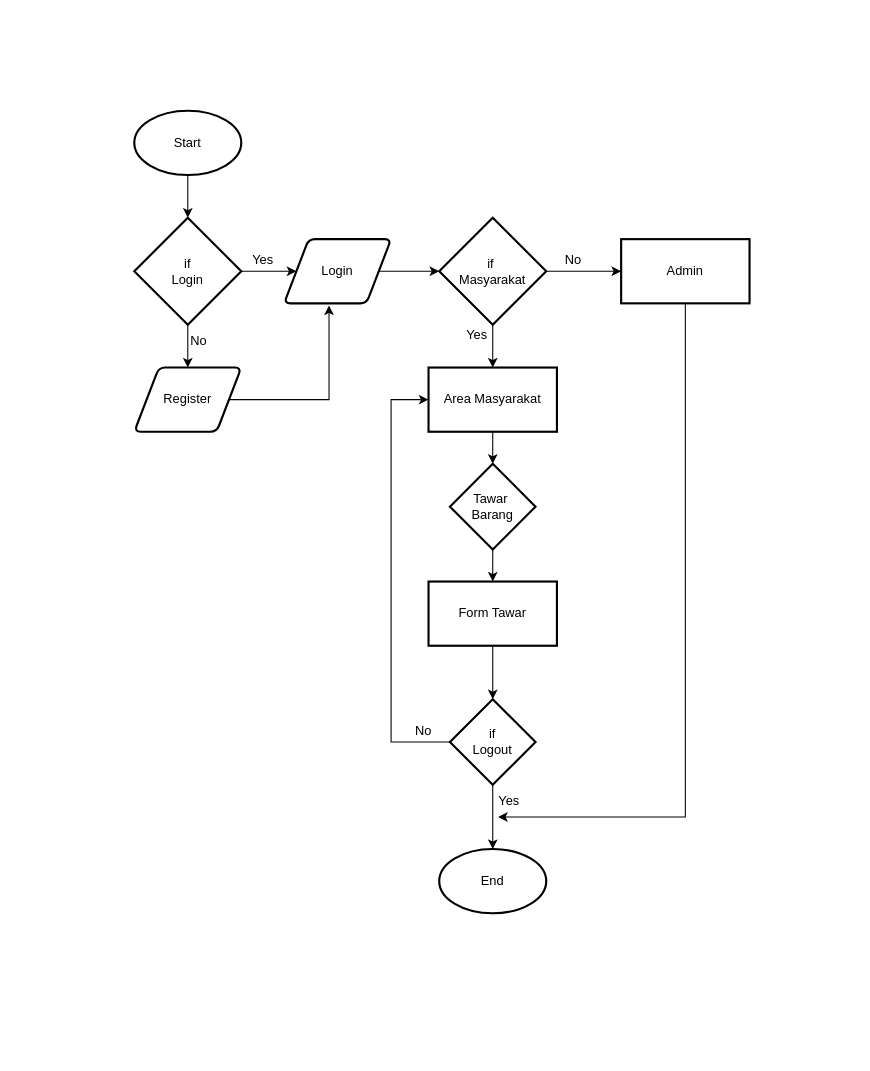
This is page "Flowchart Masyarakat" (4 of 5) of Untitled Diagram.drawio from Enricko/UML, a draw.io file, before an edit. Source tidied: cells renumbered, new cells numbered last; positions are measured from the earlier drawing's top-left corner, leaving out a move shared by most shapes. Both pictures are drawn from the tidied source at 107%, with x=0, y=0 at pixel (134, 110).
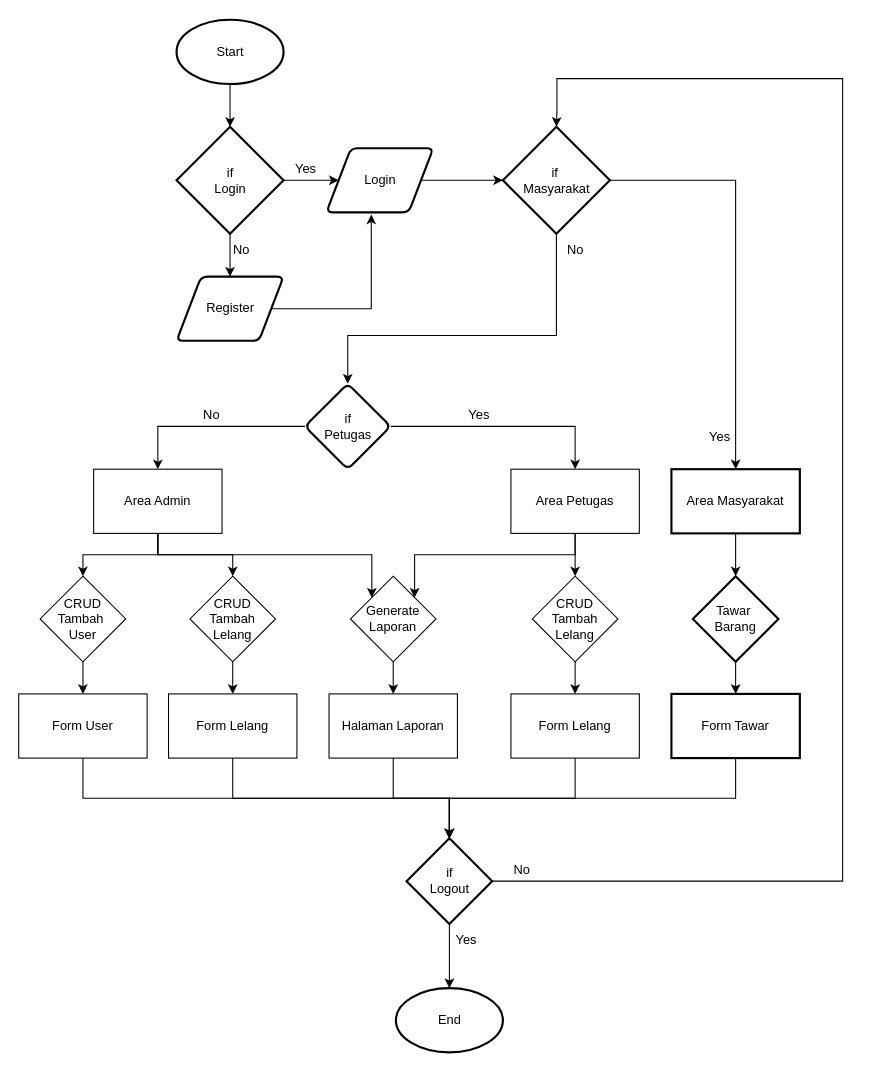
Above is the later version.

The edit, as a diff of the source:
```diff
@@
     <mxCell id="3" value="Start" style="strokeWidth=2;html=1;shape=mxgraph.flowchart.start_1;whiteSpace=wrap;" parent="1" vertex="1">
-      <mxGeometry width="100" height="60" as="geometry" />
+      <mxGeometry x="39.5" y="-85" width="100" height="60" as="geometry" />
     </mxCell>
@@
     <mxCell id="6" value="if&lt;br&gt;Login" style="strokeWidth=2;html=1;shape=mxgraph.flowchart.decision;whiteSpace=wrap;" parent="1" vertex="1">
-      <mxGeometry y="100" width="100" height="100" as="geometry" />
+      <mxGeometry x="39.5" y="15" width="100" height="100" as="geometry" />
     </mxCell>
@@
     <mxCell id="8" value="Register" style="shape=parallelogram;html=1;strokeWidth=2;perimeter=parallelogramPerimeter;whiteSpace=wrap;rounded=1;arcSize=12;size=0.23;" parent="1" vertex="1">
-      <mxGeometry y="240" width="100" height="60" as="geometry" />
+      <mxGeometry x="39.5" y="155" width="100" height="60" as="geometry" />
     </mxCell>
@@
     <mxCell id="10" value="Login" style="shape=parallelogram;html=1;strokeWidth=2;perimeter=parallelogramPerimeter;whiteSpace=wrap;rounded=1;arcSize=12;size=0.23;" parent="1" vertex="1">
-      <mxGeometry x="140" y="120" width="100" height="60" as="geometry" />
+      <mxGeometry x="179.5" y="35" width="100" height="60" as="geometry" />
     </mxCell>
     <mxCell id="11" value="Yes" style="text;html=1;align=center;verticalAlign=middle;strokeColor=none;fillColor=none;" parent="1" vertex="1">
-      <mxGeometry x="100" y="125" width="40" height="30" as="geometry" />
+      <mxGeometry x="139.5" y="40" width="40" height="30" as="geometry" />
     </mxCell>
     <mxCell id="12" value="No" style="text;html=1;align=center;verticalAlign=middle;strokeColor=none;fillColor=none;" parent="1" vertex="1">
-      <mxGeometry x="40" y="200" width="40" height="30" as="geometry" />
+      <mxGeometry x="79.5" y="115" width="40" height="30" as="geometry" />
     </mxCell>
-    <mxCell id="13" style="edgeStyle=orthogonalEdgeStyle;rounded=0;jettySize=auto;html=1;" parent="1" edge="1" source="15" target="17">
-      <mxGeometry relative="1" as="geometry" />
-    </mxCell>
@@
+    <mxCell id="32" style="edgeStyle=orthogonalEdgeStyle;rounded=0;jettySize=auto;html=1;exitX=0.5;exitY=1;exitDx=0;exitDy=0;exitPerimeter=0;entryX=0.5;entryY=0;entryDx=0;entryDy=0;" parent="1" edge="1" source="15" target="36">
+      <mxGeometry relative="1" as="geometry">
+        <Array as="points">
+          <mxPoint x="395" y="210" />
+          <mxPoint x="200" y="210" />
+        </Array>
+      </mxGeometry>
+    </mxCell>
     <mxCell id="15" value="if&amp;nbsp;&lt;br&gt;Masyarakat" style="strokeWidth=2;html=1;shape=mxgraph.flowchart.decision;whiteSpace=wrap;" parent="1" vertex="1">
-      <mxGeometry x="285" y="100" width="100" height="100" as="geometry" />
+      <mxGeometry x="344.5" y="15" width="100" height="100" as="geometry" />
     </mxCell>
-    <mxCell id="16" style="edgeStyle=orthogonalEdgeStyle;rounded=0;jettySize=auto;html=1;exitX=0.5;exitY=1;exitDx=0;exitDy=0;" parent="1" edge="1" source="17">
-      <mxGeometry relative="1" as="geometry">
-        <mxPoint x="340" y="660" as="targetPoint" />
-        <Array as="points">
-          <mxPoint x="515" y="660" />
-        </Array>
-      </mxGeometry>
-    </mxCell>
-    <mxCell id="17" value="Admin" style="whiteSpace=wrap;html=1;strokeWidth=2;" parent="1" vertex="1">
-      <mxGeometry x="455" y="120" width="120" height="60" as="geometry" />
-    </mxCell>
@@
     <mxCell id="19" value="Area Masyarakat" style="whiteSpace=wrap;html=1;strokeWidth=2;" parent="1" vertex="1">
-      <mxGeometry x="275" y="240" width="120" height="60" as="geometry" />
+      <mxGeometry x="502" y="335" width="120" height="60" as="geometry" />
     </mxCell>
     <mxCell id="20" value="Yes" style="text;html=1;align=center;verticalAlign=middle;strokeColor=none;fillColor=none;" parent="1" vertex="1">
-      <mxGeometry x="300" y="195" width="40" height="30" as="geometry" />
+      <mxGeometry x="527" y="290" width="40" height="30" as="geometry" />
     </mxCell>
-    <mxCell id="21" value="No" style="text;html=1;align=center;verticalAlign=middle;strokeColor=none;fillColor=none;" parent="1" vertex="1">
-      <mxGeometry x="390" y="125" width="40" height="30" as="geometry" />
-    </mxCell>
@@
     <mxCell id="23" value="Tawar&amp;nbsp;&lt;br&gt;Barang" style="rhombus;whiteSpace=wrap;html=1;strokeWidth=2;" parent="1" vertex="1">
-      <mxGeometry x="295" y="330" width="80" height="80" as="geometry" />
+      <mxGeometry x="522" y="435" width="80" height="80" as="geometry" />
     </mxCell>
-    <mxCell id="24" style="edgeStyle=orthogonalEdgeStyle;rounded=0;jettySize=auto;html=1;" parent="1" edge="1" source="25" target="28">
+    <mxCell id="24" style="edgeStyle=orthogonalEdgeStyle;rounded=0;jettySize=auto;html=1;exitX=0.5;exitY=1;exitDx=0;exitDy=0;entryX=0.5;entryY=0;entryDx=0;entryDy=0;" parent="1" edge="1" source="25" target="28">
       <mxGeometry relative="1" as="geometry" />
     </mxCell>
     <mxCell id="25" value="Form Tawar" style="whiteSpace=wrap;html=1;strokeWidth=2;" parent="1" vertex="1">
-      <mxGeometry x="275" y="440" width="120" height="60" as="geometry" />
+      <mxGeometry x="502" y="545" width="120" height="60" as="geometry" />
     </mxCell>
-    <mxCell id="26" style="edgeStyle=orthogonalEdgeStyle;rounded=0;jettySize=auto;html=1;exitX=0;exitY=0.5;exitDx=0;exitDy=0;entryX=0;entryY=0.5;entryDx=0;entryDy=0;" parent="1" edge="1" source="28" target="19">
-      <mxGeometry relative="1" as="geometry">
-        <Array as="points">
-          <mxPoint x="240" y="590" />
-          <mxPoint x="240" y="270" />
-        </Array>
-      </mxGeometry>
-    </mxCell>
@@
+    <mxCell id="33" style="edgeStyle=orthogonalEdgeStyle;rounded=0;jettySize=auto;html=1;exitX=1;exitY=0.5;exitDx=0;exitDy=0;entryX=0.5;entryY=0;entryDx=0;entryDy=0;entryPerimeter=0;" parent="1" edge="1" source="28" target="15">
+      <mxGeometry relative="1" as="geometry">
+        <Array as="points">
+          <mxPoint x="662" y="720" />
+          <mxPoint x="662" y="-30" />
+          <mxPoint x="395" y="-30" />
+          <mxPoint x="395" />
+        </Array>
+      </mxGeometry>
+    </mxCell>
     <mxCell id="28" value="if&lt;br&gt;Logout" style="rhombus;whiteSpace=wrap;html=1;strokeWidth=2;" parent="1" vertex="1">
-      <mxGeometry x="295" y="550" width="80" height="80" as="geometry" />
+      <mxGeometry x="254.5" y="680" width="80" height="80" as="geometry" />
     </mxCell>
-    <mxCell id="29" value="No" style="text;html=1;align=center;verticalAlign=middle;strokeColor=none;fillColor=none;" parent="1" vertex="1">
-      <mxGeometry x="250" y="565" width="40" height="30" as="geometry" />
-    </mxCell>
     <mxCell id="30" value="End" style="strokeWidth=2;html=1;shape=mxgraph.flowchart.start_1;whiteSpace=wrap;" parent="1" vertex="1">
-      <mxGeometry x="285" y="690" width="100" height="60" as="geometry" />
+      <mxGeometry x="244.5" y="820" width="100" height="60" as="geometry" />
     </mxCell>
     <mxCell id="31" value="Yes" style="text;html=1;align=center;verticalAlign=middle;strokeColor=none;fillColor=none;" parent="1" vertex="1">
-      <mxGeometry x="330" y="630" width="40" height="30" as="geometry" />
+      <mxGeometry x="289.5" y="760" width="40" height="30" as="geometry" />
     </mxCell>
+    <mxCell id="34" style="edgeStyle=orthogonalEdgeStyle;rounded=0;jettySize=auto;html=1;exitX=0;exitY=0.5;exitDx=0;exitDy=0;entryX=0.5;entryY=0;entryDx=0;entryDy=0;" parent="1" edge="1" source="36" target="40">
+      <mxGeometry relative="1" as="geometry" />
+    </mxCell>
+    <mxCell id="35" style="edgeStyle=orthogonalEdgeStyle;rounded=0;jettySize=auto;html=1;exitX=1;exitY=0.5;exitDx=0;exitDy=0;entryX=0.5;entryY=0;entryDx=0;entryDy=0;" parent="1" edge="1" source="36" target="44">
+      <mxGeometry relative="1" as="geometry" />
+    </mxCell>
+    <mxCell id="36" value="if&lt;br&gt;Petugas" style="rhombus;whiteSpace=wrap;html=1;strokeWidth=2;rounded=1;arcSize=12;" parent="1" vertex="1">
+      <mxGeometry x="159.5" y="255" width="80" height="80" as="geometry" />
+    </mxCell>
+    <mxCell id="37" style="edgeStyle=orthogonalEdgeStyle;rounded=0;jettySize=auto;html=1;" parent="1" edge="1" source="40" target="47">
+      <mxGeometry relative="1" as="geometry" />
+    </mxCell>
+    <mxCell id="38" style="edgeStyle=orthogonalEdgeStyle;rounded=0;jettySize=auto;html=1;exitX=0.5;exitY=1;exitDx=0;exitDy=0;entryX=0.5;entryY=0;entryDx=0;entryDy=0;" parent="1" edge="1" source="40" target="55">
+      <mxGeometry relative="1" as="geometry" />
+    </mxCell>
+    <mxCell id="39" style="edgeStyle=orthogonalEdgeStyle;rounded=0;jettySize=auto;html=1;exitX=0.5;exitY=1;exitDx=0;exitDy=0;entryX=0;entryY=0;entryDx=0;entryDy=0;" parent="1" edge="1" source="40" target="59">
+      <mxGeometry relative="1" as="geometry" />
+    </mxCell>
+    <mxCell id="40" value="Area Admin" style="rounded=0;whiteSpace=wrap;html=1;" parent="1" vertex="1">
+      <mxGeometry x="-38" y="335" width="120" height="60" as="geometry" />
+    </mxCell>
+    <mxCell id="41" value="No" style="text;html=1;align=center;verticalAlign=middle;strokeColor=none;fillColor=none;" parent="1" vertex="1">
+      <mxGeometry x="52" y="270" width="40" height="30" as="geometry" />
+    </mxCell>
+    <mxCell id="42" style="edgeStyle=orthogonalEdgeStyle;rounded=0;jettySize=auto;html=1;exitX=0.5;exitY=1;exitDx=0;exitDy=0;entryX=0.5;entryY=0;entryDx=0;entryDy=0;" parent="1" edge="1" source="44" target="51">
+      <mxGeometry relative="1" as="geometry" />
+    </mxCell>
+    <mxCell id="43" style="edgeStyle=orthogonalEdgeStyle;rounded=0;jettySize=auto;html=1;exitX=0.5;exitY=1;exitDx=0;exitDy=0;entryX=1;entryY=0;entryDx=0;entryDy=0;" parent="1" edge="1" source="44" target="59">
+      <mxGeometry relative="1" as="geometry" />
+    </mxCell>
+    <mxCell id="44" value="Area Petugas" style="rounded=0;whiteSpace=wrap;html=1;" parent="1" vertex="1">
+      <mxGeometry x="352" y="335" width="120" height="60" as="geometry" />
+    </mxCell>
+    <mxCell id="45" value="Yes" style="text;html=1;align=center;verticalAlign=middle;strokeColor=none;fillColor=none;" parent="1" vertex="1">
+      <mxGeometry x="302" y="270" width="40" height="30" as="geometry" />
+    </mxCell>
+    <mxCell id="46" style="edgeStyle=orthogonalEdgeStyle;rounded=0;jettySize=auto;html=1;" parent="1" edge="1" source="47" target="49">
+      <mxGeometry relative="1" as="geometry" />
+    </mxCell>
+    <mxCell id="47" value="CRUD Tambah&amp;nbsp;&lt;br&gt;User" style="rhombus;whiteSpace=wrap;html=1;rounded=0;" parent="1" vertex="1">
+      <mxGeometry x="-88" y="435" width="80" height="80" as="geometry" />
+    </mxCell>
+    <mxCell id="48" style="edgeStyle=orthogonalEdgeStyle;rounded=0;jettySize=auto;html=1;exitX=0.5;exitY=1;exitDx=0;exitDy=0;" parent="1" edge="1" source="49" target="28">
+      <mxGeometry relative="1" as="geometry" />
+    </mxCell>
+    <mxCell id="49" value="Form User" style="whiteSpace=wrap;html=1;rounded=0;" parent="1" vertex="1">
+      <mxGeometry x="-108" y="545" width="120" height="60" as="geometry" />
+    </mxCell>
+    <mxCell id="50" style="edgeStyle=orthogonalEdgeStyle;rounded=0;jettySize=auto;html=1;" parent="1" edge="1" source="51" target="53">
+      <mxGeometry relative="1" as="geometry" />
+    </mxCell>
+    <mxCell id="51" value="CRUD Tambah Lelang" style="rhombus;whiteSpace=wrap;html=1;rounded=0;" parent="1" vertex="1">
+      <mxGeometry x="372" y="435" width="80" height="80" as="geometry" />
+    </mxCell>
+    <mxCell id="52" style="edgeStyle=orthogonalEdgeStyle;rounded=0;jettySize=auto;html=1;exitX=0.5;exitY=1;exitDx=0;exitDy=0;entryX=0.5;entryY=0;entryDx=0;entryDy=0;" parent="1" edge="1" source="53" target="28">
+      <mxGeometry relative="1" as="geometry" />
+    </mxCell>
+    <mxCell id="53" value="Form Lelang" style="whiteSpace=wrap;html=1;rounded=0;" parent="1" vertex="1">
+      <mxGeometry x="352" y="545" width="120" height="60" as="geometry" />
+    </mxCell>
+    <mxCell id="54" style="edgeStyle=orthogonalEdgeStyle;rounded=0;jettySize=auto;html=1;" parent="1" edge="1" source="55" target="57">
+      <mxGeometry relative="1" as="geometry" />
+    </mxCell>
+    <mxCell id="55" value="CRUD Tambah Lelang" style="rhombus;whiteSpace=wrap;html=1;rounded=0;" parent="1" vertex="1">
+      <mxGeometry x="52" y="435" width="80" height="80" as="geometry" />
+    </mxCell>
+    <mxCell id="56" style="edgeStyle=orthogonalEdgeStyle;rounded=0;jettySize=auto;html=1;exitX=0.5;exitY=1;exitDx=0;exitDy=0;entryX=0.5;entryY=0;entryDx=0;entryDy=0;" parent="1" edge="1" source="57" target="28">
+      <mxGeometry relative="1" as="geometry" />
+    </mxCell>
+    <mxCell id="57" value="Form Lelang" style="whiteSpace=wrap;html=1;rounded=0;" parent="1" vertex="1">
+      <mxGeometry x="32" y="545" width="120" height="60" as="geometry" />
+    </mxCell>
+    <mxCell id="58" style="edgeStyle=orthogonalEdgeStyle;rounded=0;jettySize=auto;html=1;" parent="1" edge="1" source="59" target="61">
+      <mxGeometry relative="1" as="geometry" />
+    </mxCell>
+    <mxCell id="59" value="Generate Laporan" style="rhombus;whiteSpace=wrap;html=1;rounded=0;" parent="1" vertex="1">
+      <mxGeometry x="202" y="435" width="80" height="80" as="geometry" />
+    </mxCell>
+    <mxCell id="60" style="edgeStyle=orthogonalEdgeStyle;rounded=0;jettySize=auto;html=1;exitX=0.5;exitY=1;exitDx=0;exitDy=0;entryX=0.5;entryY=0;entryDx=0;entryDy=0;" parent="1" edge="1" source="61" target="28">
+      <mxGeometry relative="1" as="geometry" />
+    </mxCell>
+    <mxCell id="61" value="Halaman Laporan" style="whiteSpace=wrap;html=1;rounded=0;" parent="1" vertex="1">
+      <mxGeometry x="182" y="545" width="120" height="60" as="geometry" />
+    </mxCell>
+    <mxCell id="62" value="No" style="text;html=1;align=center;verticalAlign=middle;strokeColor=none;fillColor=none;" parent="1" vertex="1">
+      <mxGeometry x="392" y="115" width="40" height="30" as="geometry" />
+    </mxCell>
+    <mxCell id="63" value="No" style="text;html=1;align=center;verticalAlign=middle;strokeColor=none;fillColor=none;" parent="1" vertex="1">
+      <mxGeometry x="342" y="695" width="40" height="30" as="geometry" />
+    </mxCell>
```
